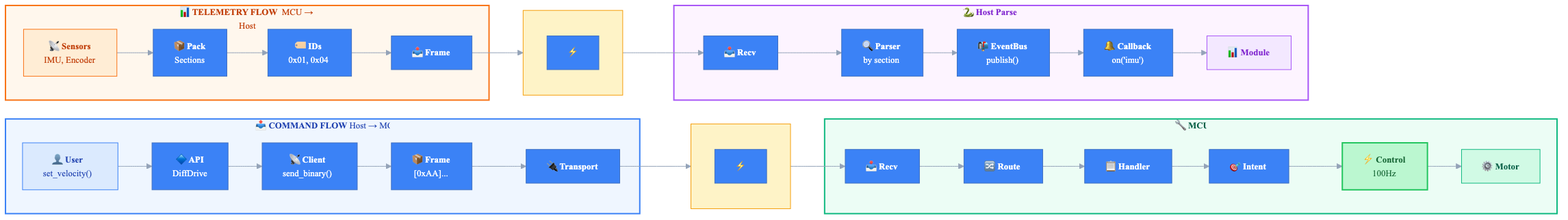
This is docs/dataflow.png from kwasblue/Mara, a Mermaid export, as it was before one commit. Its source is kept beside it as docs/dataflow.mmd.
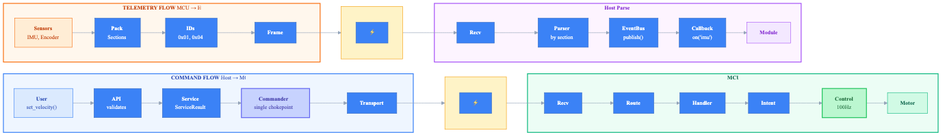
After the commit.

What changed in the source:
```diff
@@ -11,50 +11,50 @@
 }}%%
 
 flowchart LR
-    subgraph CMD["<b>📤 COMMAND FLOW</b>  Host → MCU"]
+    subgraph CMD["<b>COMMAND FLOW</b>  Host → MCU"]
         direction LR
-        C1["<b>👤 User</b><br/>set_velocity()"]
-        C2["<b>🔷 API</b><br/>DiffDrive"]
-        C3["<b>📡 Client</b><br/>send_binary()"]
-        C4["<b>📦 Frame</b><br/>[0xAA]..."]
-        C5["<b>🔌 Transport</b>"]
+        C1["<b>User</b><br/>set_velocity()"]
+        C2["<b>API</b><br/>validates"]
+        C3["<b>Service</b><br/>ServiceResult"]
+        C4["<b>Commander</b><br/>single chokepoint"]
+        C5["<b>Transport</b>"]
     end
 
     subgraph WIRE1[" "]
         W1["⚡"]
     end
 
-    subgraph MCU_CMD["<b>🔧 MCU</b>"]
+    subgraph MCU_CMD["<b>MCU</b>"]
         direction LR
-        M1["<b>📥 Recv</b>"]
-        M2["<b>🔀 Route</b>"]
-        M3["<b>📋 Handler</b>"]
-        M4["<b>🎯 Intent</b>"]
-        M5["<b>⚡ Control</b><br/>100Hz"]
-        M6["<b>⚙️ Motor</b>"]
+        M1["<b>Recv</b>"]
+        M2["<b>Route</b>"]
+        M3["<b>Handler</b>"]
+        M4["<b>Intent</b>"]
+        M5["<b>Control</b><br/>100Hz"]
+        M6["<b>Motor</b>"]
     end
 
     C1 --> C2 --> C3 --> C4 --> C5 --> WIRE1 --> M1 --> M2 --> M3 --> M4 --> M5 --> M6
 
-    subgraph SENSOR["<b>📊 TELEMETRY FLOW</b>  MCU → Host"]
+    subgraph SENSOR["<b>TELEMETRY FLOW</b>  MCU → Host"]
         direction LR
-        T1["<b>📡 Sensors</b><br/>IMU, Encoder"]
-        T2["<b>📦 Pack</b><br/>Sections"]
-        T3["<b>🏷️ IDs</b><br/>0x01, 0x04"]
-        T4["<b>📤 Frame</b>"]
+        T1["<b>Sensors</b><br/>IMU, Encoder"]
+        T2["<b>Pack</b><br/>Sections"]
+        T3["<b>IDs</b><br/>0x01, 0x04"]
+        T4["<b>Frame</b>"]
     end
 
     subgraph WIRE2[" "]
         W2["⚡"]
     end
 
-    subgraph PARSE["<b>🐍 Host Parse</b>"]
+    subgraph PARSE["<b>Host Parse</b>"]
         direction LR
-        H1["<b>📥 Recv</b>"]
-        H2["<b>🔍 Parser</b><br/>by section"]
-        H3["<b>📬 EventBus</b><br/>publish()"]
-        H4["<b>🔔 Callback</b><br/>on('imu')"]
-        H5["<b>📊 Module</b>"]
+        H1["<b>Recv</b>"]
+        H2["<b>Parser</b><br/>by section"]
+        H3["<b>EventBus</b><br/>publish()"]
+        H4["<b>Callback</b><br/>on('imu')"]
+        H5["<b>Module</b>"]
     end
 
     T1 --> T2 --> T3 --> T4 --> WIRE2 --> H1 --> H2 --> H3 --> H4 --> H5
@@ -67,6 +67,7 @@
     style WIRE2 fill:#fef3c7,stroke:#f59e0b,stroke-width:1px,color:#92400e
 
     style C1 fill:#dbeafe,stroke:#3b82f6,color:#1e40af
+    style C4 fill:#c7d2fe,stroke:#6366f1,color:#3730a3,stroke-width:2px
     style M5 fill:#bbf7d0,stroke:#22c55e,color:#166534,stroke-width:2px
     style M6 fill:#d1fae5,stroke:#10b981,color:#065f46
     style T1 fill:#ffedd5,stroke:#f97316,color:#c2410c
```
